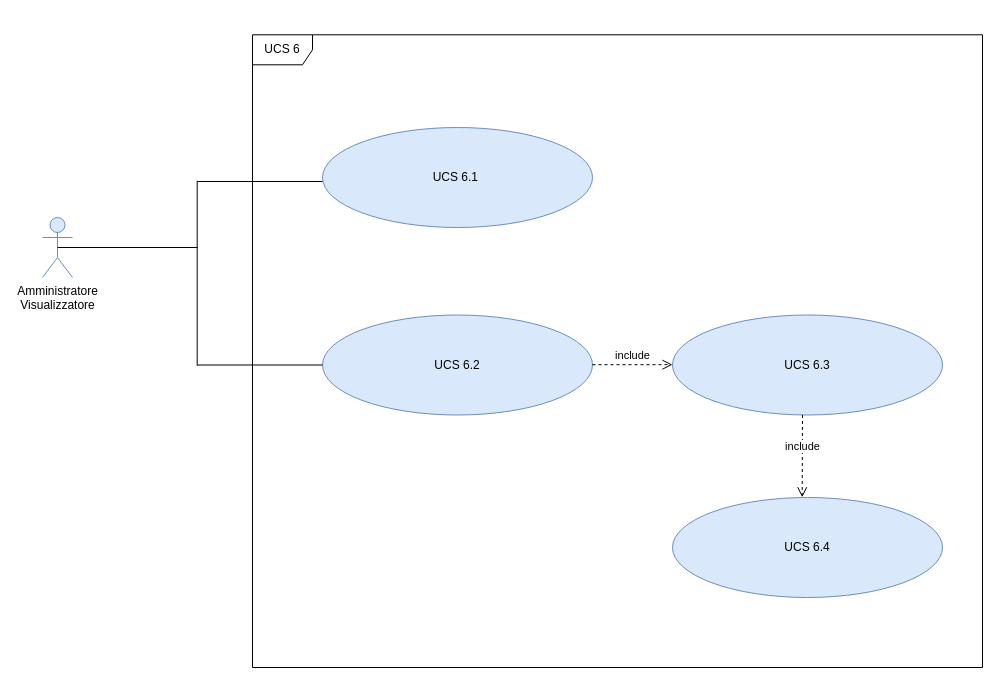
The draw.io diagram DocumentazioneEsterna/AnalisiDeiRequisiti/Sezioni/UseCase/draw.io/UC SERVER/UCS6.drawio in qb-team/Stalker-Documentazione, before the edit. Source tidied: cells renumbered, new cells numbered last; positions are measured from the earlier drawing's top-left corner, leaving out a move shared by most shapes. Both pictures are drawn from the tidied source at 100%, with x=0, y=0 at pixel (42, 34).
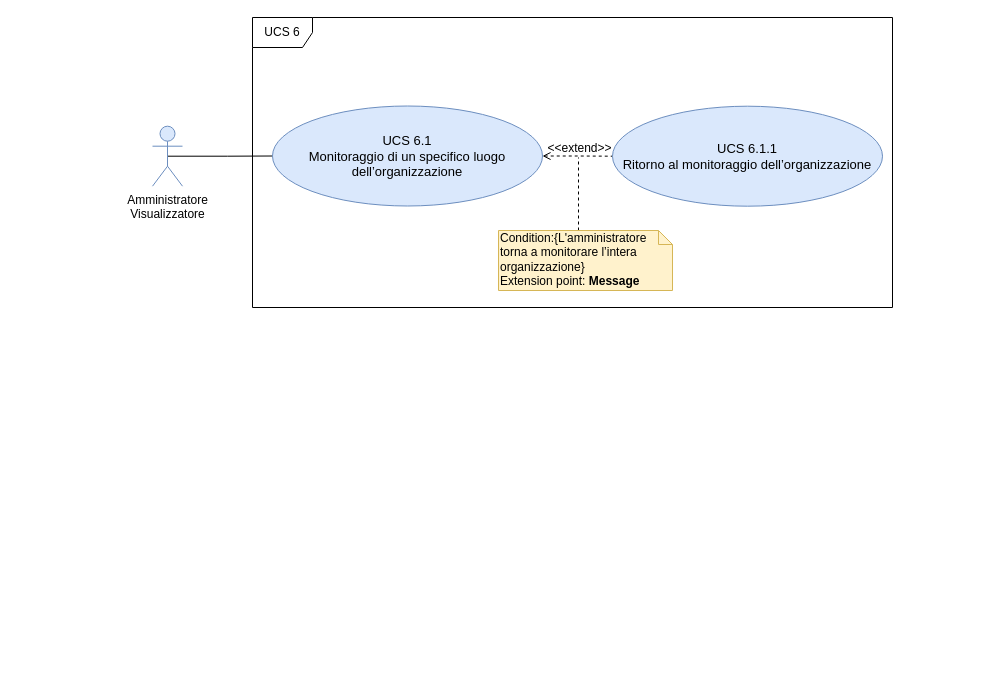
After the change.

Diff of the diagram source:
```diff
@@
 <mxGraphModel background="#ffffff">
   <root>
     <mxCell id="0" />
     <mxCell id="1" parent="0" />
-    <mxCell id="2" style="line;strokeWidth=1;fillColor=none;align=left;verticalAlign=middle;spacingTop=-1;spacingLeft=3;spacingRight=3;labelPosition=right;verticalLabelPosition=middle;rotation=90;" parent="1" vertex="1">
-      <mxGeometry x="62.2" y="208.8" width="185" height="60" as="geometry" />
-    </mxCell>
     <mxCell id="3" value="UCS 6" style="shape=umlFrame;whiteSpace=wrap;html=1;" parent="1" vertex="1">
-      <mxGeometry x="210" y="0.3" width="730" height="632.7" as="geometry" />
+      <mxGeometry x="210" y="-17" width="640" height="290" as="geometry" />
     </mxCell>
+    <mxCell id="14" style="edgeStyle=orthogonalEdgeStyle;rounded=0;jettySize=auto;html=1;exitX=0.5;exitY=0.5;exitDx=0;exitDy=0;exitPerimeter=0;entryX=0;entryY=0.5;entryDx=0;entryDy=0;endArrow=none;endFill=0;" parent="1" edge="1" source="4" target="5">
+      <mxGeometry relative="1" as="geometry" />
+    </mxCell>
     <mxCell id="4" value="Amministratore&lt;br&gt;Visualizzatore" style="shape=umlActor;verticalLabelPosition=bottom;labelBackgroundColor=#ffffff;verticalAlign=top;html=1;fillColor=#dae8fc;strokeColor=#6c8ebf;" parent="1" vertex="1">
-      <mxGeometry y="183" width="30" height="60" as="geometry" />
+      <mxGeometry x="110" y="91.7" width="30" height="60" as="geometry" />
     </mxCell>
+    <mxCell id="15" style="edgeStyle=orthogonalEdgeStyle;rounded=0;jettySize=auto;html=1;exitX=1;exitY=0.5;exitDx=0;exitDy=0;entryX=0;entryY=0.5;entryDx=0;entryDy=0;endArrow=none;endFill=0;dashed=1;startArrow=open;startFill=0;" parent="1" edge="1" source="5" target="16">
+      <mxGeometry relative="1" as="geometry" />
+    </mxCell>
-    <mxCell id="5" value="UCS 6.1&amp;nbsp;" style="ellipse;whiteSpace=wrap;html=1;fillColor=#dae8fc;strokeColor=#6c8ebf;" parent="1" vertex="1">
-      <mxGeometry x="280" y="93" width="270" height="100" as="geometry" />
+    <mxCell id="5" value="&lt;div style=&quot;font-size: 13px&quot;&gt;&lt;font style=&quot;font-size: 13px&quot;&gt;UCS 6.1&lt;/font&gt;&lt;/div&gt;&lt;div style=&quot;font-size: 13px&quot;&gt;&lt;font style=&quot;font-size: 13px&quot;&gt; Monitoraggio di un specifico luogo dell’organizzazione&lt;/font&gt;&lt;/div&gt;" style="ellipse;whiteSpace=wrap;html=1;fillColor=#dae8fc;strokeColor=#6c8ebf;" parent="1" vertex="1">
+      <mxGeometry x="230" y="71.5" width="270" height="100" as="geometry" />
     </mxCell>
-    <mxCell id="6" value="UCS 6.2" style="ellipse;whiteSpace=wrap;html=1;fillColor=#dae8fc;strokeColor=#6c8ebf;" parent="1" vertex="1">
-      <mxGeometry x="280" y="280.5" width="270" height="100" as="geometry" />
-    </mxCell>
-    <mxCell id="7" value="UCS 6.3" style="ellipse;whiteSpace=wrap;html=1;fillColor=#dae8fc;strokeColor=#6c8ebf;" parent="1" vertex="1">
-      <mxGeometry x="630" y="280.5" width="270" height="100" as="geometry" />
-    </mxCell>
-    <mxCell id="8" style="line;strokeWidth=1;fillColor=none;align=left;verticalAlign=middle;spacingTop=-1;spacingLeft=3;spacingRight=3;labelPosition=right;" parent="1" vertex="1">
-      <mxGeometry x="15" y="209" width="140" height="8" as="geometry" />
-    </mxCell>
-    <mxCell id="9" style="line;strokeWidth=1;fillColor=none;align=left;verticalAlign=middle;spacingTop=-1;spacingLeft=3;spacingRight=3;labelPosition=right;" parent="1" vertex="1">
-      <mxGeometry x="155" y="143" width="125" height="8" as="geometry" />
-    </mxCell>
-    <mxCell id="10" style="line;strokeWidth=1;fillColor=none;align=left;verticalAlign=middle;spacingTop=-1;spacingLeft=3;spacingRight=3;labelPosition=right;" parent="1" vertex="1">
-      <mxGeometry x="155" y="326.5" width="125" height="8" as="geometry" />
-    </mxCell>
-    <mxCell id="11" value="include" style="html=1;verticalAlign=bottom;endArrow=open;dashed=1;endSize=8;" parent="1" edge="1">
-      <mxGeometry relative="1" as="geometry">
-        <mxPoint x="550" y="330.2" as="sourcePoint" />
-        <mxPoint x="630" y="330.2" as="targetPoint" />
-      </mxGeometry>
-    </mxCell>
-    <mxCell id="12" value="include" style="html=1;verticalAlign=bottom;endArrow=open;dashed=1;endSize=8;entryX=0.753;entryY=0.731;entryDx=0;entryDy=0;entryPerimeter=0;" parent="1" edge="1" target="3">
-      <mxGeometry relative="1" as="geometry">
-        <mxPoint x="760" y="380.5" as="sourcePoint" />
-      </mxGeometry>
-    </mxCell>
-    <mxCell id="13" value="UCS 6.4" style="ellipse;whiteSpace=wrap;html=1;fillColor=#dae8fc;strokeColor=#6c8ebf;" parent="1" vertex="1">
-      <mxGeometry x="630" y="463" width="270" height="100" as="geometry" />
-    </mxCell>
+    <mxCell id="16" value="&lt;div style=&quot;font-size: 13px&quot;&gt;&lt;font style=&quot;font-size: 13px&quot;&gt;UCS 6.1.1&lt;/font&gt;&lt;/div&gt;&lt;div style=&quot;font-size: 13px&quot;&gt;&lt;font style=&quot;font-size: 13px&quot;&gt; Ritorno al monitoraggio dell’organizzazione&lt;/font&gt;&lt;/div&gt;" style="ellipse;whiteSpace=wrap;html=1;fillColor=#dae8fc;strokeColor=#6c8ebf;" parent="1" vertex="1">
+      <mxGeometry x="570" y="71.7" width="270" height="100" as="geometry" />
+    </mxCell>
+    <mxCell id="17" value="&amp;lt;&amp;lt;extend&amp;gt;&amp;gt;" style="text;html=1;align=center;verticalAlign=middle;labelBackgroundColor=none;" parent="1" vertex="1">
+      <mxGeometry x="536" y="113" as="geometry" />
+    </mxCell>
+    <mxCell id="18" style="edgeStyle=orthogonalEdgeStyle;rounded=0;jettySize=auto;html=1;exitX=0;exitY=0;exitDx=80;exitDy=0;exitPerimeter=0;dashed=1;startArrow=none;startFill=0;endArrow=none;endFill=0;" parent="1" edge="1" source="19">
+      <mxGeometry relative="1" as="geometry">
+        <mxPoint x="536" y="123" as="targetPoint" />
+      </mxGeometry>
+    </mxCell>
+    <mxCell id="19" value="Condition:{L'amministratore torna a monitorare l’intera organizzazione}&lt;br&gt;Extension point: &lt;b&gt;Message&lt;/b&gt;" style="shape=note;whiteSpace=wrap;html=1;size=14;verticalAlign=top;align=left;spacingTop=-6;fontFamily=Helvetica;fontSize=12;fillColor=#fff2cc;strokeColor=#d6b656;" parent="1" vertex="1">
+      <mxGeometry x="456" y="196" width="174" height="60" as="geometry" />
+    </mxCell>
   </root>
 </mxGraphModel>
```
